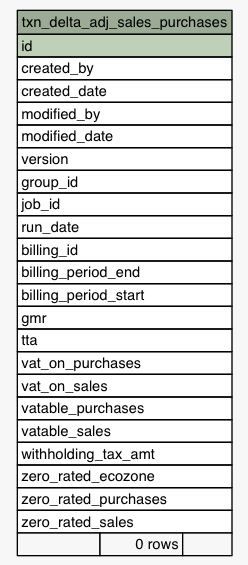
Above: Data/settlement/diagrams/summary/txn_delta_adj_sales_purchases.1degree.png in eyana-m/python-data-dictionary-writer (Graphviz), before the change. Its source is kept beside it as Data/settlement/diagrams/summary/txn_delta_adj_sales_purchases.1degree.dot. Source of this version:
```dot
digraph "txn_delta_adj_sales_purchases" {
  graph [
    rankdir="RL"
    bgcolor="#f7f7f7"
    nodesep="0.18"
    ranksep="0.46"
    fontname="Helvetica"
    fontsize="11"
  ];
  node [
    fontname="Helvetica"
    fontsize="11"
    shape="plaintext"
  ];
  edge [
    arrowsize="0.8"
  ];
  "txn_delta_adj_sales_purchases" [
    label=<
    <TABLE BORDER="0" CELLBORDER="1" CELLSPACING="0" BGCOLOR="#ffffff">
      <TR><TD COLSPAN="3" BGCOLOR="#9bab96" ALIGN="CENTER">txn_delta_adj_sales_purchases</TD></TR>
      <TR><TD PORT="id" COLSPAN="3" BGCOLOR="#bed1b8" ALIGN="LEFT">id</TD></TR>
      <TR><TD PORT="created_by" COLSPAN="3" ALIGN="LEFT">created_by</TD></TR>
      <TR><TD PORT="created_date" COLSPAN="3" ALIGN="LEFT">created_date</TD></TR>
      <TR><TD PORT="modified_by" COLSPAN="3" ALIGN="LEFT">modified_by</TD></TR>
      <TR><TD PORT="modified_date" COLSPAN="3" ALIGN="LEFT">modified_date</TD></TR>
      <TR><TD PORT="version" COLSPAN="3" ALIGN="LEFT">version</TD></TR>
      <TR><TD PORT="group_id" COLSPAN="3" ALIGN="LEFT">group_id</TD></TR>
      <TR><TD PORT="job_id" COLSPAN="3" ALIGN="LEFT">job_id</TD></TR>
      <TR><TD PORT="run_date" COLSPAN="3" ALIGN="LEFT">run_date</TD></TR>
      <TR><TD PORT="billing_id" COLSPAN="3" ALIGN="LEFT">billing_id</TD></TR>
      <TR><TD PORT="billing_period_end" COLSPAN="3" ALIGN="LEFT">billing_period_end</TD></TR>
      <TR><TD PORT="billing_period_start" COLSPAN="3" ALIGN="LEFT">billing_period_start</TD></TR>
      <TR><TD PORT="gmr" COLSPAN="3" ALIGN="LEFT">gmr</TD></TR>
      <TR><TD PORT="tta" COLSPAN="3" ALIGN="LEFT">tta</TD></TR>
      <TR><TD PORT="vat_on_purchases" COLSPAN="3" ALIGN="LEFT">vat_on_purchases</TD></TR>
      <TR><TD PORT="vat_on_sales" COLSPAN="3" ALIGN="LEFT">vat_on_sales</TD></TR>
      <TR><TD PORT="vatable_purchases" COLSPAN="3" ALIGN="LEFT">vatable_purchases</TD></TR>
      <TR><TD PORT="vatable_sales" COLSPAN="3" ALIGN="LEFT">vatable_sales</TD></TR>
      <TR><TD PORT="withholding_tax_amt" COLSPAN="3" ALIGN="LEFT">withholding_tax_amt</TD></TR>
      <TR><TD PORT="zero_rated_ecozone" COLSPAN="3" ALIGN="LEFT">zero_rated_ecozone</TD></TR>
      <TR><TD PORT="zero_rated_purchases" COLSPAN="3" ALIGN="LEFT">zero_rated_purchases</TD></TR>
      <TR><TD PORT="zero_rated_sales" COLSPAN="3" ALIGN="LEFT">zero_rated_sales</TD></TR>
      <TR><TD ALIGN="LEFT" BGCOLOR="#f7f7f7">  </TD><TD ALIGN="RIGHT" BGCOLOR="#f7f7f7">0 rows</TD><TD ALIGN="RIGHT" BGCOLOR="#f7f7f7">  </TD></TR>
    </TABLE>>
    URL="tables/txn_delta_adj_sales_purchases.html"
    tooltip="txn_delta_adj_sales_purchases"
  ];
}
```
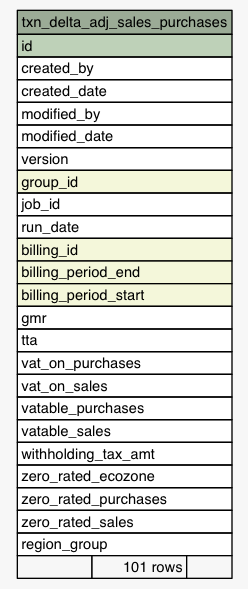
The same diagram one commit later.

The edit, as a diff of the source:
```diff
@@ -25,12 +25,12 @@
       <TR><TD PORT="modified_by" COLSPAN="3" ALIGN="LEFT">modified_by</TD></TR>
       <TR><TD PORT="modified_date" COLSPAN="3" ALIGN="LEFT">modified_date</TD></TR>
       <TR><TD PORT="version" COLSPAN="3" ALIGN="LEFT">version</TD></TR>
-      <TR><TD PORT="group_id" COLSPAN="3" ALIGN="LEFT">group_id</TD></TR>
+      <TR><TD PORT="group_id" COLSPAN="3" BGCOLOR="#f4f7da" ALIGN="LEFT">group_id</TD></TR>
       <TR><TD PORT="job_id" COLSPAN="3" ALIGN="LEFT">job_id</TD></TR>
       <TR><TD PORT="run_date" COLSPAN="3" ALIGN="LEFT">run_date</TD></TR>
-      <TR><TD PORT="billing_id" COLSPAN="3" ALIGN="LEFT">billing_id</TD></TR>
-      <TR><TD PORT="billing_period_end" COLSPAN="3" ALIGN="LEFT">billing_period_end</TD></TR>
-      <TR><TD PORT="billing_period_start" COLSPAN="3" ALIGN="LEFT">billing_period_start</TD></TR>
+      <TR><TD PORT="billing_id" COLSPAN="3" BGCOLOR="#f4f7da" ALIGN="LEFT">billing_id</TD></TR>
+      <TR><TD PORT="billing_period_end" COLSPAN="3" BGCOLOR="#f4f7da" ALIGN="LEFT">billing_period_end</TD></TR>
+      <TR><TD PORT="billing_period_start" COLSPAN="3" BGCOLOR="#f4f7da" ALIGN="LEFT">billing_period_start</TD></TR>
       <TR><TD PORT="gmr" COLSPAN="3" ALIGN="LEFT">gmr</TD></TR>
       <TR><TD PORT="tta" COLSPAN="3" ALIGN="LEFT">tta</TD></TR>
       <TR><TD PORT="vat_on_purchases" COLSPAN="3" ALIGN="LEFT">vat_on_purchases</TD></TR>
@@ -41,7 +41,8 @@
       <TR><TD PORT="zero_rated_ecozone" COLSPAN="3" ALIGN="LEFT">zero_rated_ecozone</TD></TR>
       <TR><TD PORT="zero_rated_purchases" COLSPAN="3" ALIGN="LEFT">zero_rated_purchases</TD></TR>
       <TR><TD PORT="zero_rated_sales" COLSPAN="3" ALIGN="LEFT">zero_rated_sales</TD></TR>
-      <TR><TD ALIGN="LEFT" BGCOLOR="#f7f7f7">  </TD><TD ALIGN="RIGHT" BGCOLOR="#f7f7f7">0 rows</TD><TD ALIGN="RIGHT" BGCOLOR="#f7f7f7">  </TD></TR>
+      <TR><TD PORT="region_group" COLSPAN="3" ALIGN="LEFT">region_group</TD></TR>
+      <TR><TD ALIGN="LEFT" BGCOLOR="#f7f7f7">  </TD><TD ALIGN="RIGHT" BGCOLOR="#f7f7f7">101 rows</TD><TD ALIGN="RIGHT" BGCOLOR="#f7f7f7">  </TD></TR>
     </TABLE>>
     URL="tables/txn_delta_adj_sales_purchases.html"
     tooltip="txn_delta_adj_sales_purchases"
```
